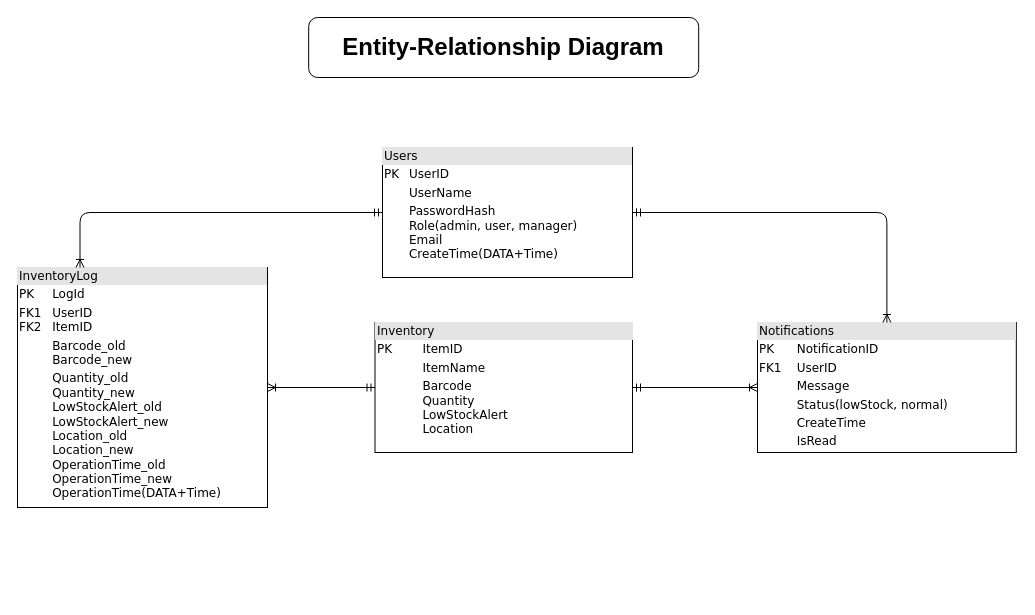
The draw.io diagram NSCC/EDS_DB_Design.drawio in ObeeeWon/Diagrams, before the edit. Source tidied: cells renumbered, new cells numbered last; positions are measured from the earlier drawing's top-left corner, leaving out a move shared by most shapes. Both pictures are drawn from the tidied source at 100%, with x=0, y=0 at pixel (17, 17).
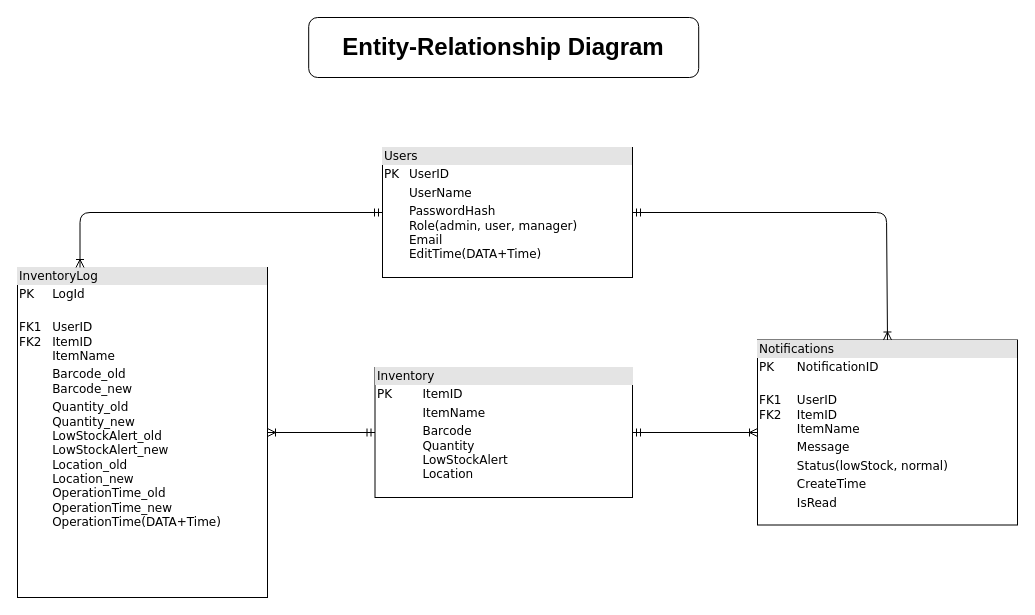
Above is the later version.

The edit, as a diff of the source:
```diff
@@
 <mxGraphModel>
   <root>
     <mxCell id="0" />
     <mxCell id="1" parent="0" />
-    <mxCell id="2" value="&lt;div style=&quot;box-sizing: border-box; width: 100%; background: rgb(228, 228, 228); padding: 2px;&quot;&gt;Users&lt;/div&gt;&lt;table style=&quot;width:100%;font-size:1em;&quot; cellpadding=&quot;2&quot; cellspacing=&quot;0&quot;&gt;&lt;tbody&gt;&lt;tr&gt;&lt;td&gt;PK&lt;/td&gt;&lt;td&gt;UserID&lt;/td&gt;&lt;/tr&gt;&lt;tr&gt;&lt;td&gt;&lt;br&gt;&lt;/td&gt;&lt;td&gt;UserName&lt;/td&gt;&lt;/tr&gt;&lt;tr&gt;&lt;td&gt;&lt;/td&gt;&lt;td&gt;PasswordHash&lt;br&gt;Role(admin, user, manager)&lt;br&gt;Email&lt;br&gt;CreateTime(DATA+Time)&lt;/td&gt;&lt;/tr&gt;&lt;/tbody&gt;&lt;/table&gt;" style="verticalAlign=top;align=left;overflow=fill;html=1;rounded=0;shadow=0;comic=0;labelBackgroundColor=none;strokeWidth=1;fontFamily=Verdana;fontSize=12;" parent="1" vertex="1">
+    <mxCell id="2" value="&lt;div style=&quot;box-sizing: border-box; width: 100%; background: rgb(228, 228, 228); padding: 2px;&quot;&gt;Users&lt;/div&gt;&lt;table style=&quot;width:100%;font-size:1em;&quot; cellpadding=&quot;2&quot; cellspacing=&quot;0&quot;&gt;&lt;tbody&gt;&lt;tr&gt;&lt;td&gt;PK&lt;/td&gt;&lt;td&gt;UserID&lt;/td&gt;&lt;/tr&gt;&lt;tr&gt;&lt;td&gt;&lt;br&gt;&lt;/td&gt;&lt;td&gt;UserName&lt;/td&gt;&lt;/tr&gt;&lt;tr&gt;&lt;td&gt;&lt;/td&gt;&lt;td&gt;PasswordHash&lt;br&gt;Role(admin, user, manager)&lt;br&gt;Email&lt;br&gt;EditTime(DATA+Time)&lt;/td&gt;&lt;/tr&gt;&lt;/tbody&gt;&lt;/table&gt;" style="verticalAlign=top;align=left;overflow=fill;html=1;rounded=0;shadow=0;comic=0;labelBackgroundColor=none;strokeWidth=1;fontFamily=Verdana;fontSize=12;" parent="1" vertex="1">
       <mxGeometry x="365" y="130" width="250" height="130" as="geometry" />
     </mxCell>
     <mxCell id="3" value="&lt;div style=&quot;box-sizing: border-box; width: 100%; background: rgb(228, 228, 228); padding: 2px;&quot;&gt;Inventory&lt;/div&gt;&lt;table style=&quot;width:100%;font-size:1em;&quot; cellpadding=&quot;2&quot; cellspacing=&quot;0&quot;&gt;&lt;tbody&gt;&lt;tr&gt;&lt;td&gt;PK&lt;/td&gt;&lt;td&gt;ItemID&lt;/td&gt;&lt;/tr&gt;&lt;tr&gt;&lt;td&gt;&lt;br&gt;&lt;/td&gt;&lt;td&gt;ItemName&lt;/td&gt;&lt;/tr&gt;&lt;tr&gt;&lt;td&gt;&lt;/td&gt;&lt;td&gt;Barcode&lt;br&gt;Quantity&lt;br&gt;LowStockAlert&lt;br&gt;Location&lt;br&gt;&lt;br&gt;&lt;/td&gt;&lt;/tr&gt;&lt;/tbody&gt;&lt;/table&gt;" style="verticalAlign=top;align=left;overflow=fill;html=1;rounded=0;shadow=0;comic=0;labelBackgroundColor=none;strokeWidth=1;fontFamily=Verdana;fontSize=12;" parent="1" vertex="1">
-      <mxGeometry x="357.5" y="305" width="257.5" height="130" as="geometry" />
+      <mxGeometry x="357.5" y="350" width="257.5" height="130" as="geometry" />
     </mxCell>
     <mxCell id="4" value="&lt;font style=&quot;font-size: 24px;&quot;&gt;&lt;b&gt;Entity-Relationship Diagram&lt;/b&gt;&lt;/font&gt;" style="rounded=1;whiteSpace=wrap;html=1;" parent="1" vertex="1">
       <mxGeometry x="291.2" width="390" height="60" as="geometry" />
     </mxCell>
-    <mxCell id="5" value="&lt;div style=&quot;box-sizing: border-box; width: 100%; background: rgb(228, 228, 228); padding: 2px;&quot;&gt;InventoryLog&lt;/div&gt;&lt;table style=&quot;width: 100% ; font-size: 1em&quot; cellpadding=&quot;2&quot; cellspacing=&quot;0&quot;&gt;&lt;tbody&gt;&lt;tr&gt;&lt;td&gt;PK&lt;/td&gt;&lt;td&gt;LogId&lt;/td&gt;&lt;/tr&gt;&lt;tr&gt;&lt;td&gt;FK1&lt;br&gt;FK2&lt;/td&gt;&lt;td&gt;UserID&lt;br&gt;ItemID&lt;br&gt;&lt;/td&gt;&lt;/tr&gt;&lt;tr&gt;&lt;td&gt;&lt;/td&gt;&lt;td&gt;Barcode_old&lt;br&gt;Barcode_new&lt;/td&gt;&lt;/tr&gt;&lt;tr&gt;&lt;td&gt;&lt;br&gt;&lt;/td&gt;&lt;td&gt;Quantity_old&lt;br&gt;Quantity_new&lt;br&gt;LowStockAlert_old&lt;br&gt;LowStockAlert_new&lt;br&gt;Location_old&lt;br&gt;Location_new&lt;br&gt;OperationTime_old&lt;br&gt;OperationTime_new&lt;br&gt;OperationTime(DATA+Time)&lt;/td&gt;&lt;/tr&gt;&lt;/tbody&gt;&lt;/table&gt;" style="verticalAlign=top;align=left;overflow=fill;html=1;rounded=0;shadow=0;comic=0;labelBackgroundColor=none;strokeWidth=1;fontFamily=Verdana;fontSize=12;" parent="1" vertex="1">
-      <mxGeometry y="250" width="250" height="240" as="geometry" />
+    <mxCell id="5" value="&lt;div style=&quot;box-sizing: border-box; width: 100%; background: rgb(228, 228, 228); padding: 2px;&quot;&gt;InventoryLog&lt;/div&gt;&lt;table style=&quot;width: 100% ; font-size: 1em&quot; cellpadding=&quot;2&quot; cellspacing=&quot;0&quot;&gt;&lt;tbody&gt;&lt;tr&gt;&lt;td&gt;PK&lt;/td&gt;&lt;td&gt;LogId&lt;/td&gt;&lt;/tr&gt;&lt;tr&gt;&lt;td&gt;FK1&lt;br&gt;FK2&lt;/td&gt;&lt;td&gt;&lt;br&gt;UserID&lt;br&gt;ItemID&lt;br&gt;ItemName&lt;/td&gt;&lt;/tr&gt;&lt;tr&gt;&lt;td&gt;&lt;/td&gt;&lt;td&gt;Barcode_old&lt;br&gt;Barcode_new&lt;/td&gt;&lt;/tr&gt;&lt;tr&gt;&lt;td&gt;&lt;br&gt;&lt;/td&gt;&lt;td&gt;Quantity_old&lt;br&gt;Quantity_new&lt;br&gt;LowStockAlert_old&lt;br&gt;LowStockAlert_new&lt;br&gt;Location_old&lt;br&gt;Location_new&lt;br&gt;OperationTime_old&lt;br&gt;OperationTime_new&lt;br&gt;OperationTime(DATA+Time)&lt;/td&gt;&lt;/tr&gt;&lt;/tbody&gt;&lt;/table&gt;" style="verticalAlign=top;align=left;overflow=fill;html=1;rounded=0;shadow=0;comic=0;labelBackgroundColor=none;strokeWidth=1;fontFamily=Verdana;fontSize=12;" parent="1" vertex="1">
+      <mxGeometry y="250" width="250" height="330" as="geometry" />
     </mxCell>
     <mxCell id="6" style="edgeStyle=orthogonalEdgeStyle;html=1;labelBackgroundColor=none;startArrow=ERmandOne;endArrow=ERoneToMany;fontFamily=Verdana;fontSize=12;align=left;entryX=1;entryY=0.5;entryDx=0;entryDy=0;exitX=0;exitY=0.5;exitDx=0;exitDy=0;" parent="1" edge="1" source="3" target="5">
       <mxGeometry relative="1" as="geometry" />
     </mxCell>
-    <mxCell id="7" value="&lt;div style=&quot;box-sizing: border-box; width: 100%; background: rgb(228, 228, 228); padding: 2px;&quot;&gt;Notifications&lt;/div&gt;&lt;table style=&quot;width: 100% ; font-size: 1em&quot; cellpadding=&quot;2&quot; cellspacing=&quot;0&quot;&gt;&lt;tbody&gt;&lt;tr&gt;&lt;td&gt;PK&lt;/td&gt;&lt;td&gt;NotificationID&lt;/td&gt;&lt;/tr&gt;&lt;tr&gt;&lt;td&gt;FK1&lt;/td&gt;&lt;td&gt;UserID&lt;/td&gt;&lt;/tr&gt;&lt;tr&gt;&lt;td&gt;&lt;/td&gt;&lt;td&gt;Message&lt;/td&gt;&lt;/tr&gt;&lt;tr&gt;&lt;td&gt;&lt;br&gt;&lt;/td&gt;&lt;td&gt;Status(lowStock, normal)&lt;br&gt;&lt;/td&gt;&lt;/tr&gt;&lt;tr&gt;&lt;td&gt;&lt;br&gt;&lt;/td&gt;&lt;td&gt;CreateTime&lt;br&gt;&lt;/td&gt;&lt;/tr&gt;&lt;tr&gt;&lt;td&gt;&lt;br&gt;&lt;/td&gt;&lt;td&gt;IsRead&lt;br&gt;&lt;/td&gt;&lt;/tr&gt;&lt;/tbody&gt;&lt;/table&gt;" style="verticalAlign=top;align=left;overflow=fill;html=1;rounded=0;shadow=0;comic=0;labelBackgroundColor=none;strokeWidth=1;fontFamily=Verdana;fontSize=12;" parent="1" vertex="1">
-      <mxGeometry x="740" y="305" width="258.8" height="130" as="geometry" />
+    <mxCell id="7" value="&lt;div style=&quot;box-sizing: border-box; width: 100%; background: rgb(228, 228, 228); padding: 2px;&quot;&gt;Notifications&lt;/div&gt;&lt;table style=&quot;width: 100% ; font-size: 1em&quot; cellpadding=&quot;2&quot; cellspacing=&quot;0&quot;&gt;&lt;tbody&gt;&lt;tr&gt;&lt;td&gt;PK&lt;/td&gt;&lt;td&gt;NotificationID&lt;/td&gt;&lt;/tr&gt;&lt;tr&gt;&lt;td&gt;FK1&lt;br&gt;FK2&lt;/td&gt;&lt;td&gt;&lt;br&gt;UserID&lt;br&gt;ItemID&lt;br&gt;ItemName&lt;/td&gt;&lt;/tr&gt;&lt;tr&gt;&lt;td&gt;&lt;/td&gt;&lt;td&gt;Message&lt;/td&gt;&lt;/tr&gt;&lt;tr&gt;&lt;td&gt;&lt;br&gt;&lt;/td&gt;&lt;td&gt;Status(lowStock, normal)&lt;br&gt;&lt;/td&gt;&lt;/tr&gt;&lt;tr&gt;&lt;td&gt;&lt;br&gt;&lt;/td&gt;&lt;td&gt;CreateTime&lt;br&gt;&lt;/td&gt;&lt;/tr&gt;&lt;tr&gt;&lt;td&gt;&lt;br&gt;&lt;/td&gt;&lt;td&gt;IsRead&lt;br&gt;&lt;/td&gt;&lt;/tr&gt;&lt;/tbody&gt;&lt;/table&gt;" style="verticalAlign=top;align=left;overflow=fill;html=1;rounded=0;shadow=0;comic=0;labelBackgroundColor=none;strokeWidth=1;fontFamily=Verdana;fontSize=12;" parent="1" vertex="1">
+      <mxGeometry x="740" y="322.5" width="260" height="185" as="geometry" />
     </mxCell>
     <mxCell id="8" style="edgeStyle=orthogonalEdgeStyle;html=1;labelBackgroundColor=none;startArrow=ERmandOne;endArrow=ERoneToMany;fontFamily=Verdana;fontSize=12;align=left;entryX=0.25;entryY=0;entryDx=0;entryDy=0;exitX=0;exitY=0.5;exitDx=0;exitDy=0;" parent="1" edge="1" source="2" target="5">
       <mxGeometry relative="1" as="geometry" />
     </mxCell>
     <mxCell id="9" style="edgeStyle=orthogonalEdgeStyle;html=1;labelBackgroundColor=none;startArrow=ERmandOne;endArrow=ERoneToMany;fontFamily=Verdana;fontSize=12;align=left;exitX=1;exitY=0.5;exitDx=0;exitDy=0;entryX=0;entryY=0.5;entryDx=0;entryDy=0;" parent="1" edge="1" source="3" target="7">
       <mxGeometry relative="1" as="geometry" />
     </mxCell>
     <mxCell id="10" style="edgeStyle=orthogonalEdgeStyle;html=1;labelBackgroundColor=none;startArrow=ERmandOne;endArrow=ERoneToMany;fontFamily=Verdana;fontSize=12;align=left;exitX=1;exitY=0.5;exitDx=0;exitDy=0;entryX=0.5;entryY=0;entryDx=0;entryDy=0;" parent="1" edge="1" source="2" target="7">
       <mxGeometry relative="1" as="geometry">
         <Array as="points">
           <mxPoint x="869" y="195" />
         </Array>
       </mxGeometry>
     </mxCell>
   </root>
 </mxGraphModel>
```
